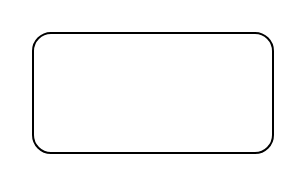
zhangtong0512/drawio keeps this draw.io diagram as Netty相关知识.drawio. Above is the earlier version. Source tidied: cells renumbered, new cells numbered last; positions are measured from the earlier drawing's top-left corner, leaving out a move shared by most shapes. Both pictures are drawn from the tidied source at 200%, with x=0, y=0 at pixel (32, 32).
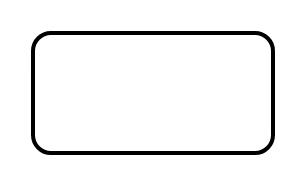
After the change.

Commit message (it also covers changes not shown here):
更新Netty相关知识.drawio

Diff of the diagram source:
```diff
@@
 <mxGraphModel>
   <root>
     <mxCell id="0" />
     <mxCell id="1" parent="0" />
-    <mxCell id="2" style="rounded=1;whiteSpace=wrap;html=1;" parent="1" vertex="1">
+    <mxCell id="2" style="rounded=1;whiteSpace=wrap;html=1;strokeWidth=2;" parent="1" vertex="1">
       <mxGeometry width="120" height="60" as="geometry" />
     </mxCell>
   </root>
 </mxGraphModel>
```
